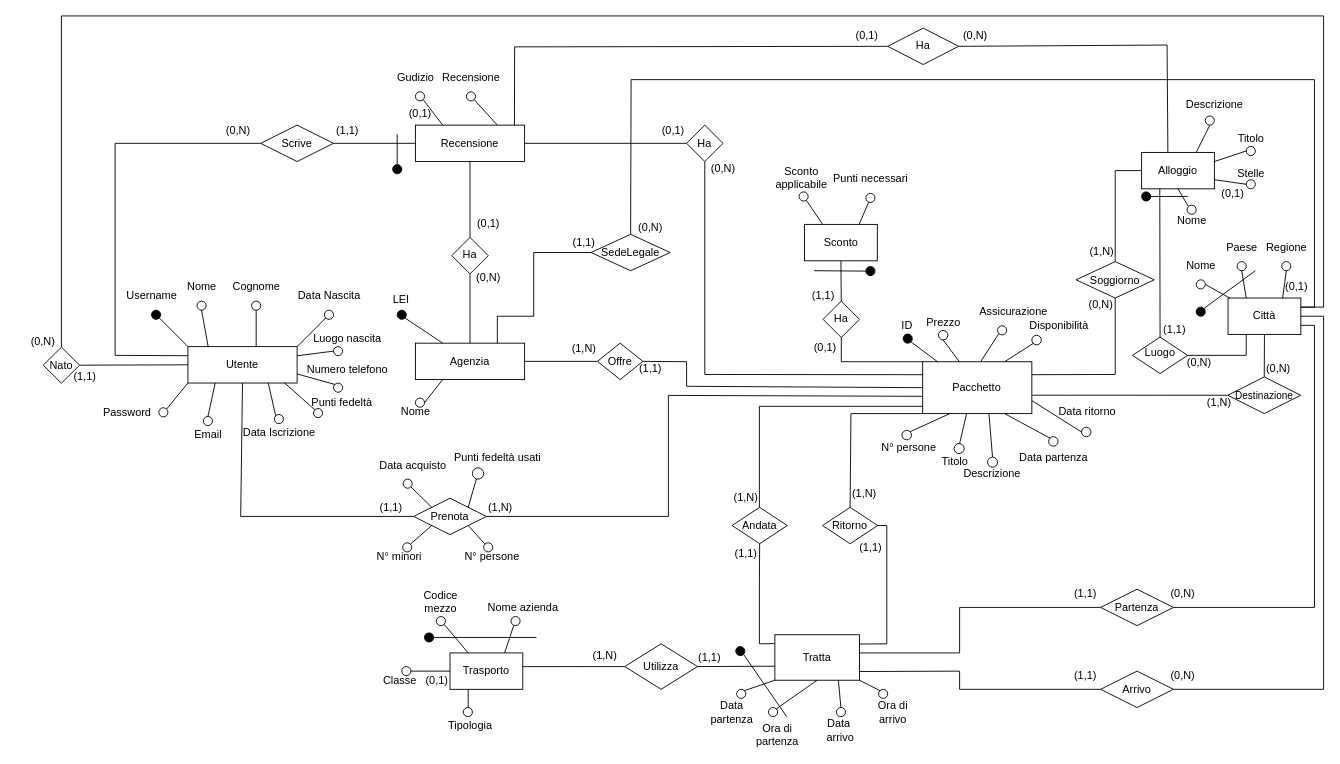
bustre/Easy-travel keeps this draw.io diagram as page "ER - Logico" (2 of 2) of ER/ER.drawio. Above is the earlier version. Source tidied: cells renumbered, new cells numbered last; positions are measured from the earlier drawing's top-left corner, leaving out a move shared by most shapes. Both pictures are drawn from the tidied source at 91%, with x=0, y=0 at pixel (15, 15).
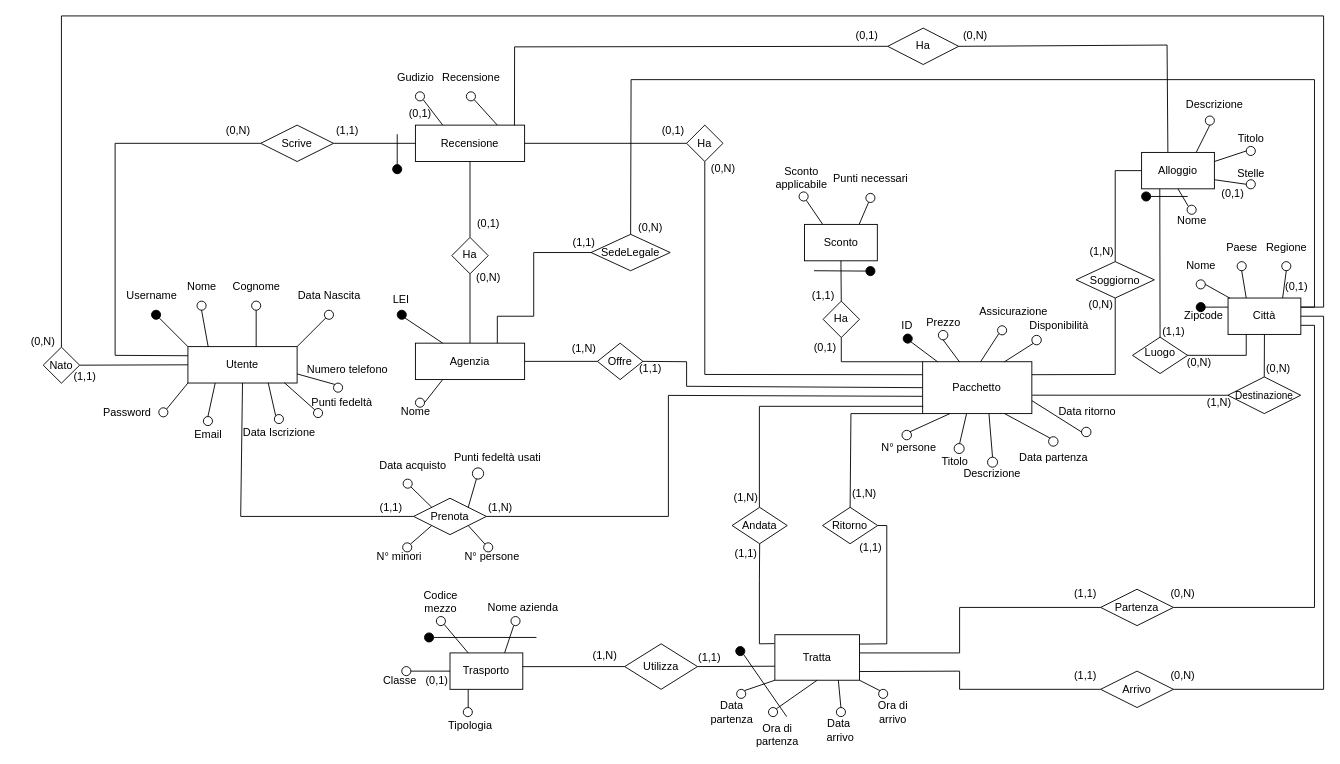
The same page after the edit.

Unchanged cells that the change refers to:
```xml
<mxCell id="25" value="Città" style="rounded=0;whiteSpace=wrap;html=1;" parent="1" vertex="1">
  <mxGeometry x="1332" y="310" width="80" height="40" as="geometry" />
</mxCell>
<mxCell id="113" value="Utente" style="rounded=0;whiteSpace=wrap;html=1;" parent="1" vertex="1">
  <mxGeometry x="189" y="363.4" width="120" height="40" as="geometry" />
</mxCell>
```

What changed in the source:
```diff
@@
-    <mxCell id="38" style="endArrow=none;html=1;rounded=0;exitX=1;exitY=0;exitDx=0;exitDy=0;" parent="1" edge="1" source="39">
-      <mxGeometry relative="1" as="geometry">
-        <mxPoint x="1362" y="280" as="targetPoint" />
-      </mxGeometry>
+    <mxCell id="38" style="endArrow=none;html=1;rounded=0;exitX=1;exitY=0.5;exitDx=0;exitDy=0;entryX=0;entryY=0.25;entryDx=0;entryDy=0;" parent="1" edge="1" source="39" target="25">
+      <mxGeometry relative="1" as="geometry" />
     </mxCell>
     <mxCell id="39" style="ellipse;whiteSpace=wrap;html=1;fillColor=#000000;" parent="1" vertex="1">
-      <mxGeometry x="1297" y="320" width="10" height="10" as="geometry" />
+      <mxGeometry x="1297" y="315" width="10" height="10" as="geometry" />
     </mxCell>
@@
     <mxCell id="49" value="&lt;div&gt;(1,1)&lt;/div&gt;" style="text;html=1;align=center;verticalAlign=middle;strokeColor=none;fillColor=none;" parent="1" vertex="1">
-      <mxGeometry x="1247.6" y="329.6" width="50" height="30" as="geometry" />
+      <mxGeometry x="1247" y="331.6" width="50" height="30" as="geometry" />
     </mxCell>
@@
-    <mxCell id="181" style="ellipse;whiteSpace=wrap;html=1;" parent="1" vertex="1">
-      <mxGeometry x="349" y="363.4" width="10" height="10" as="geometry" />
-    </mxCell>
-    <mxCell id="182" style="endArrow=none;html=1;rounded=0;exitX=1;exitY=0.25;exitDx=0;exitDy=0;entryX=0;entryY=0.5;entryDx=0;entryDy=0;" parent="1" edge="1" source="113" target="181">
-      <mxGeometry relative="1" as="geometry" />
-    </mxCell>
-    <mxCell id="183" value="Luogo nascita" style="text;html=1;align=center;verticalAlign=middle;strokeColor=none;fillColor=none;" parent="1" vertex="1">
-      <mxGeometry x="314" y="339.6" width="100" height="30" as="geometry" />
-    </mxCell>
@@
+    <mxCell id="249" value="Zipcode" style="text;html=1;align=center;verticalAlign=middle;strokeColor=none;fillColor=none;" parent="1" vertex="1">
+      <mxGeometry x="1270" y="315" width="70" height="30" as="geometry" />
+    </mxCell>
```
